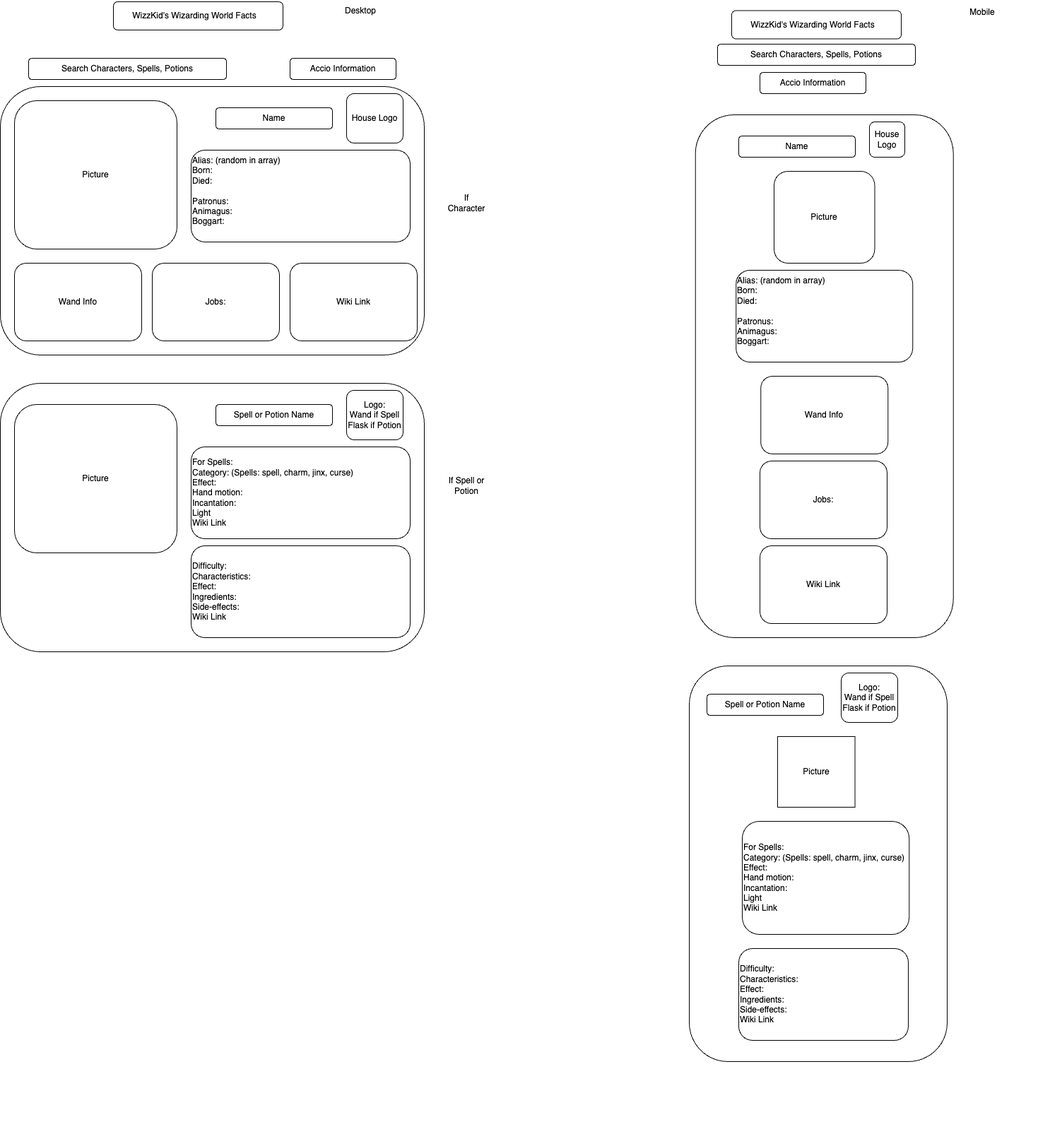
camdelay16/project1_recipe_book keeps this draw.io diagram as Wizarding World.drawio.png. Above is the earlier version. Source tidied: cells renumbered, new cells last; positions are measured from the earlier drawing's top-left corner, leaving out a move shared by most shapes.
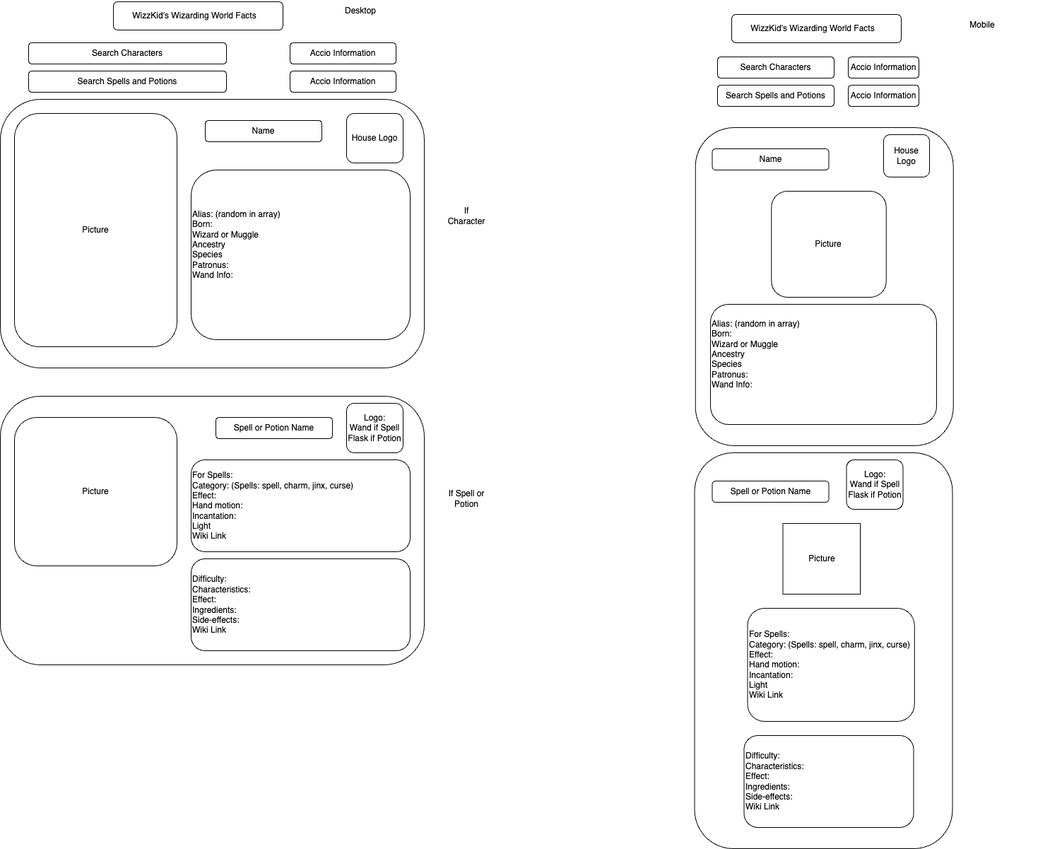
After the commit.

Diff of the diagram source:
```diff
@@ -2,16 +2,13 @@
   <root>
     <mxCell id="0" />
     <mxCell id="1" parent="0" />
-    <mxCell id="2" style="rounded=1;whiteSpace=wrap;html=1;" parent="1" vertex="1">
-      <mxGeometry x="975" y="942" width="365" height="560" as="geometry" />
-    </mxCell>
     <mxCell id="3" style="rounded=1;whiteSpace=wrap;html=1;" parent="1" vertex="1">
-      <mxGeometry x="160" y="2" width="240" height="40" as="geometry" />
+      <mxGeometry x="160" y="-16" width="240" height="40" as="geometry" />
     </mxCell>
     <mxCell id="4" value="WizzKid's Wizarding World Facts" style="text;html=1;align=center;verticalAlign=middle;whiteSpace=wrap;rounded=0;" parent="1" vertex="1">
-      <mxGeometry x="170" y="14.5" width="210" height="15" as="geometry" />
+      <mxGeometry x="170" y="-3.5" width="210" height="15" as="geometry" />
     </mxCell>
-    <mxCell id="5" value="Search Characters, Spells, Potions" style="rounded=1;whiteSpace=wrap;html=1;" parent="1" vertex="1">
+    <mxCell id="5" value="Search Spells and Potions" style="rounded=1;whiteSpace=wrap;html=1;" parent="1" vertex="1">
       <mxGeometry x="40" y="82" width="280" height="30" as="geometry" />
     </mxCell>
     <mxCell id="6" value="Accio Information" style="rounded=1;whiteSpace=wrap;html=1;" parent="1" vertex="1">
@@ -27,26 +24,17 @@
       <mxGeometry width="600" height="380" as="geometry" />
     </mxCell>
     <mxCell id="10" value="Picture" style="rounded=1;whiteSpace=wrap;html=1;" parent="8" vertex="1">
-      <mxGeometry x="20" y="20" width="230" height="210" as="geometry" />
+      <mxGeometry x="20" y="20" width="230" height="330" as="geometry" />
     </mxCell>
     <mxCell id="11" value="Name" style="rounded=1;whiteSpace=wrap;html=1;" parent="8" vertex="1">
-      <mxGeometry x="305" y="30" width="165" height="30" as="geometry" />
+      <mxGeometry x="290" y="30" width="165" height="30" as="geometry" />
     </mxCell>
-    <mxCell id="12" value="Alias: (random in array)&lt;div&gt;Born:&lt;/div&gt;&lt;div&gt;Died:&lt;/div&gt;&lt;div&gt;&lt;br&gt;&lt;/div&gt;&lt;div&gt;Patronus:&lt;/div&gt;&lt;div&gt;Animagus:&lt;/div&gt;&lt;div&gt;Boggart:&lt;/div&gt;&lt;div&gt;&lt;br&gt;&lt;/div&gt;" style="rounded=1;whiteSpace=wrap;html=1;align=left;" parent="8" vertex="1">
-      <mxGeometry x="270" y="90" width="310" height="130" as="geometry" />
+    <mxCell id="12" value="Alias: (random in array)&lt;div&gt;Born:&lt;/div&gt;&lt;div&gt;Wizard or Muggle&lt;/div&gt;&lt;div&gt;Ancestry&lt;/div&gt;&lt;div&gt;Species&lt;/div&gt;&lt;div&gt;Patronus:&lt;/div&gt;&lt;div&gt;Wand Info:&lt;/div&gt;&lt;div&gt;&lt;br&gt;&lt;/div&gt;&lt;div&gt;&lt;br&gt;&lt;/div&gt;" style="rounded=1;whiteSpace=wrap;html=1;align=left;" parent="8" vertex="1">
+      <mxGeometry x="270" y="100" width="310" height="240" as="geometry" />
     </mxCell>
     <mxCell id="13" value="House Logo" style="rounded=1;whiteSpace=wrap;html=1;" parent="8" vertex="1">
-      <mxGeometry x="490" y="10" width="80" height="70" as="geometry" />
+      <mxGeometry x="490" y="20" width="80" height="70" as="geometry" />
     </mxCell>
-    <mxCell id="14" value="Wand Info" style="rounded=1;whiteSpace=wrap;html=1;" parent="8" vertex="1">
-      <mxGeometry x="20" y="250" width="180" height="110" as="geometry" />
-    </mxCell>
-    <mxCell id="15" value="Jobs:" style="rounded=1;whiteSpace=wrap;html=1;" parent="8" vertex="1">
-      <mxGeometry x="215" y="250" width="180" height="110" as="geometry" />
-    </mxCell>
-    <mxCell id="16" value="Wiki Link" style="rounded=1;whiteSpace=wrap;html=1;" parent="8" vertex="1">
-      <mxGeometry x="410" y="250" width="180" height="110" as="geometry" />
-    </mxCell>
     <mxCell id="17" style="group;" parent="1" vertex="1">
       <mxGeometry y="542" width="600" height="380" as="geometry" />
     </mxCell>
@@ -68,71 +56,74 @@
     <mxCell id="23" value="&lt;div&gt;Difficulty:&lt;/div&gt;&lt;div&gt;Characteristics:&lt;/div&gt;&lt;div&gt;Effect:&lt;/div&gt;&lt;div&gt;&lt;span style=&quot;background-color: initial;&quot;&gt;Ingredients:&lt;/span&gt;&lt;br&gt;&lt;/div&gt;&lt;div&gt;&lt;span style=&quot;text-align: center;&quot;&gt;Side-effects:&lt;/span&gt;&lt;/div&gt;&lt;div&gt;&lt;span style=&quot;text-align: center;&quot;&gt;Wiki Link&lt;/span&gt;&lt;br&gt;&lt;/div&gt;" style="rounded=1;whiteSpace=wrap;html=1;align=left;" parent="17" vertex="1">
       <mxGeometry x="270" y="230" width="310" height="130" as="geometry" />
     </mxCell>
-    <mxCell id="24" value="Search Characters, Spells, Potions" style="rounded=1;whiteSpace=wrap;html=1;" parent="1" vertex="1">
-      <mxGeometry x="1015" y="62" width="280" height="30" as="geometry" />
+    <mxCell id="24" value="Search Characters" style="rounded=1;whiteSpace=wrap;html=1;" parent="1" vertex="1">
+      <mxGeometry x="1015" y="62" width="165" height="30" as="geometry" />
     </mxCell>
     <mxCell id="25" value="Accio Information" style="rounded=1;whiteSpace=wrap;html=1;" parent="1" vertex="1">
-      <mxGeometry x="1075" y="102" width="150" height="30" as="geometry" />
+      <mxGeometry x="1200" y="62" width="100" height="30" as="geometry" />
     </mxCell>
     <mxCell id="26" style="group;" parent="1" vertex="1">
-      <mxGeometry x="885" y="292" width="600" height="610" as="geometry" />
+      <mxGeometry x="885" y="292" width="600" height="890" as="geometry" />
     </mxCell>
     <mxCell id="27" style="rounded=1;whiteSpace=wrap;html=1;" parent="26" vertex="1">
-      <mxGeometry x="98.7" y="-130" width="365" height="740" as="geometry" />
+      <mxGeometry x="98.7" y="-130" width="365" height="450" as="geometry" />
     </mxCell>
-    <mxCell id="28" value="Picture" style="rounded=1;whiteSpace=wrap;html=1;" parent="26" vertex="1">
-      <mxGeometry x="210" y="-50" width="142.4" height="130" as="geometry" />
-    </mxCell>
-    <mxCell id="29" value="Alias: (random in array)&lt;div&gt;Born:&lt;/div&gt;&lt;div&gt;Died:&lt;/div&gt;&lt;div&gt;&lt;br&gt;&lt;/div&gt;&lt;div&gt;Patronus:&lt;/div&gt;&lt;div&gt;Animagus:&lt;/div&gt;&lt;div&gt;Boggart:&lt;/div&gt;&lt;div&gt;&lt;br&gt;&lt;/div&gt;" style="rounded=1;whiteSpace=wrap;html=1;align=left;" parent="26" vertex="1">
-      <mxGeometry x="156.2" y="90" width="250" height="130" as="geometry" />
+    <mxCell id="29" value="&lt;div&gt;Alias: (random in array)&lt;div&gt;Born:&lt;/div&gt;&lt;div&gt;Wizard or Muggle&lt;/div&gt;&lt;div&gt;Ancestry&lt;/div&gt;&lt;div&gt;Species&lt;/div&gt;&lt;div&gt;Patronus:&lt;/div&gt;&lt;div&gt;Wand Info:&lt;/div&gt;&lt;div&gt;&lt;br&gt;&lt;/div&gt;&lt;div&gt;&lt;br&gt;&lt;/div&gt;&lt;/div&gt;" style="rounded=1;whiteSpace=wrap;html=1;align=left;" parent="26" vertex="1">
+      <mxGeometry x="120" y="120" width="320" height="170" as="geometry" />
     </mxCell>
-    <mxCell id="30" value="Wand Info" style="rounded=1;whiteSpace=wrap;html=1;" parent="26" vertex="1">
-      <mxGeometry x="191.2" y="240" width="180" height="110" as="geometry" />
-    </mxCell>
-    <mxCell id="31" value="Desktop" style="text;html=1;align=center;verticalAlign=middle;whiteSpace=wrap;rounded=0;" parent="1" vertex="1">
-      <mxGeometry x="480" width="60" height="30" as="geometry" />
-    </mxCell>
-    <mxCell id="32" style="rounded=1;whiteSpace=wrap;html=1;" parent="1" vertex="1">
-      <mxGeometry x="1035" y="14.5" width="240" height="40" as="geometry" />
-    </mxCell>
-    <mxCell id="33" value="WizzKid's Wizarding World Facts" style="text;html=1;align=center;verticalAlign=middle;whiteSpace=wrap;rounded=0;" parent="1" vertex="1">
-      <mxGeometry x="1045" y="27" width="210" height="15" as="geometry" />
-    </mxCell>
-    <mxCell id="34" value="Name" style="rounded=1;whiteSpace=wrap;html=1;" parent="1" vertex="1">
-      <mxGeometry x="1045" y="192" width="165" height="30" as="geometry" />
-    </mxCell>
-    <mxCell id="35" value="House Logo" style="rounded=1;whiteSpace=wrap;html=1;" parent="1" vertex="1">
-      <mxGeometry x="1230" y="172" width="50" height="50" as="geometry" />
-    </mxCell>
-    <mxCell id="36" value="Jobs:" style="rounded=1;whiteSpace=wrap;html=1;" parent="1" vertex="1">
-      <mxGeometry x="1075" y="652" width="180" height="110" as="geometry" />
-    </mxCell>
-    <mxCell id="37" value="Wiki Link" style="rounded=1;whiteSpace=wrap;html=1;" parent="1" vertex="1">
-      <mxGeometry x="1075" y="772" width="180" height="110" as="geometry" />
-    </mxCell>
-    <mxCell id="38" style="group;" parent="1" vertex="1">
-      <mxGeometry x="855" y="1242" width="600" height="380" as="geometry" />
-    </mxCell>
+    <mxCell id="2" style="rounded=1;whiteSpace=wrap;html=1;" parent="26" vertex="1">
+      <mxGeometry x="97.5" y="330" width="365" height="560" as="geometry" />
+    </mxCell>
-    <mxCell id="39" value="&lt;div&gt;Difficulty:&lt;/div&gt;&lt;div&gt;Characteristics:&lt;/div&gt;&lt;div&gt;Effect:&lt;/div&gt;&lt;div&gt;&lt;span style=&quot;background-color: initial;&quot;&gt;Ingredients:&lt;/span&gt;&lt;br&gt;&lt;/div&gt;&lt;div&gt;&lt;span style=&quot;text-align: center;&quot;&gt;Side-effects:&lt;/span&gt;&lt;/div&gt;&lt;div&gt;&lt;span style=&quot;text-align: center;&quot;&gt;Wiki Link&lt;/span&gt;&lt;br&gt;&lt;/div&gt;" style="rounded=1;whiteSpace=wrap;html=1;align=left;" parent="38" vertex="1">
-      <mxGeometry x="190" y="100" width="240" height="130" as="geometry" />
+    <mxCell id="39" value="&lt;div&gt;Difficulty:&lt;/div&gt;&lt;div&gt;Characteristics:&lt;/div&gt;&lt;div&gt;Effect:&lt;/div&gt;&lt;div&gt;&lt;span style=&quot;background-color: initial;&quot;&gt;Ingredients:&lt;/span&gt;&lt;br&gt;&lt;/div&gt;&lt;div&gt;&lt;span style=&quot;text-align: center;&quot;&gt;Side-effects:&lt;/span&gt;&lt;/div&gt;&lt;div&gt;&lt;span style=&quot;text-align: center;&quot;&gt;Wiki Link&lt;/span&gt;&lt;br&gt;&lt;/div&gt;" style="rounded=1;whiteSpace=wrap;html=1;align=left;" parent="26" vertex="1">
+      <mxGeometry x="167.5" y="730" width="240" height="130" as="geometry" />
     </mxCell>
-    <mxCell id="40" value="Spell or Potion Name" style="rounded=1;whiteSpace=wrap;html=1;" parent="1" vertex="1">
-      <mxGeometry x="1000" y="982" width="165" height="30" as="geometry" />
+    <mxCell id="40" value="Spell or Potion Name" style="rounded=1;whiteSpace=wrap;html=1;" parent="26" vertex="1">
+      <mxGeometry x="122.5" y="370" width="165" height="30" as="geometry" />
     </mxCell>
-    <mxCell id="41" value="Logo:&lt;br&gt;Wand if Spell&lt;div&gt;Flask if Potion&lt;/div&gt;" style="rounded=1;whiteSpace=wrap;html=1;" parent="1" vertex="1">
-      <mxGeometry x="1190" y="952" width="80" height="70" as="geometry" />
+    <mxCell id="41" value="Logo:&lt;br&gt;Wand if Spell&lt;div&gt;Flask if Potion&lt;/div&gt;" style="rounded=1;whiteSpace=wrap;html=1;" parent="26" vertex="1">
+      <mxGeometry x="312.5" y="340" width="80" height="70" as="geometry" />
     </mxCell>
-    <mxCell id="42" value="Picture" style="rounded=1;whiteSpace=wrap;html=1;arcSize=0;" parent="1" vertex="1">
-      <mxGeometry x="1100" y="1042" width="109.5" height="100" as="geometry" />
+    <mxCell id="42" value="Picture" style="rounded=1;whiteSpace=wrap;html=1;arcSize=0;" parent="26" vertex="1">
+      <mxGeometry x="222.5" y="430" width="109.5" height="100" as="geometry" />
     </mxCell>
-    <mxCell id="43" value="&lt;div&gt;For Spells:&lt;/div&gt;&lt;div&gt;Category: (Spells: spell, charm, jinx, curse)&lt;/div&gt;&lt;div&gt;Effect:&lt;/div&gt;&lt;div&gt;Hand motion:&lt;/div&gt;&lt;div&gt;Incantation:&lt;/div&gt;&lt;div&gt;Light&lt;/div&gt;&lt;div&gt;&lt;span style=&quot;text-align: center;&quot;&gt;Wiki Link&lt;/span&gt;&lt;br&gt;&lt;/div&gt;" style="rounded=1;whiteSpace=wrap;html=1;align=left;" parent="1" vertex="1">
-      <mxGeometry x="1050" y="1162" width="236.2" height="160" as="geometry" />
+    <mxCell id="43" value="&lt;div&gt;For Spells:&lt;/div&gt;&lt;div&gt;Category: (Spells: spell, charm, jinx, curse)&lt;/div&gt;&lt;div&gt;Effect:&lt;/div&gt;&lt;div&gt;Hand motion:&lt;/div&gt;&lt;div&gt;Incantation:&lt;/div&gt;&lt;div&gt;Light&lt;/div&gt;&lt;div&gt;&lt;span style=&quot;text-align: center;&quot;&gt;Wiki Link&lt;/span&gt;&lt;br&gt;&lt;/div&gt;" style="rounded=1;whiteSpace=wrap;html=1;align=left;" parent="26" vertex="1">
+      <mxGeometry x="172.5" y="550" width="236.2" height="160" as="geometry" />
     </mxCell>
+    <mxCell id="28" value="Picture" style="rounded=1;whiteSpace=wrap;html=1;" parent="26" vertex="1">
+      <mxGeometry x="206.3" y="-40" width="162.4" height="150" as="geometry" />
+    </mxCell>
+    <mxCell id="34" value="Name" style="rounded=1;whiteSpace=wrap;html=1;" parent="26" vertex="1">
+      <mxGeometry x="122.5" y="-100" width="165" height="30" as="geometry" />
+    </mxCell>
+    <mxCell id="35" value="House Logo" style="rounded=1;whiteSpace=wrap;html=1;" parent="26" vertex="1">
+      <mxGeometry x="365" y="-120" width="65" height="60" as="geometry" />
+    </mxCell>
+    <mxCell id="31" value="Desktop" style="text;html=1;align=center;verticalAlign=middle;whiteSpace=wrap;rounded=0;" parent="1" vertex="1">
+      <mxGeometry x="480" y="-18" width="60" height="30" as="geometry" />
+    </mxCell>
+    <mxCell id="32" style="rounded=1;whiteSpace=wrap;html=1;" parent="1" vertex="1">
+      <mxGeometry x="1035" y="2" width="240" height="40" as="geometry" />
+    </mxCell>
+    <mxCell id="33" value="WizzKid's Wizarding World Facts" style="text;html=1;align=center;verticalAlign=middle;whiteSpace=wrap;rounded=0;" parent="1" vertex="1">
+      <mxGeometry x="1045" y="14.5" width="210" height="15" as="geometry" />
+    </mxCell>
     <mxCell id="44" value="Mobile" style="text;html=1;align=center;verticalAlign=middle;whiteSpace=wrap;rounded=0;" parent="1" vertex="1">
       <mxGeometry x="1360" y="2" width="60" height="30" as="geometry" />
     </mxCell>
     <mxCell id="45" value="If Spell or Potion" style="text;html=1;align=center;verticalAlign=middle;whiteSpace=wrap;rounded=0;" parent="1" vertex="1">
       <mxGeometry x="630" y="672" width="60" height="30" as="geometry" />
     </mxCell>
+    <mxCell id="46" value="Search Characters" style="rounded=1;whiteSpace=wrap;html=1;" parent="1" vertex="1">
+      <mxGeometry x="40" y="42" width="280" height="30" as="geometry" />
+    </mxCell>
+    <mxCell id="47" value="Accio Information" style="rounded=1;whiteSpace=wrap;html=1;" parent="1" vertex="1">
+      <mxGeometry x="410" y="42" width="150" height="30" as="geometry" />
+    </mxCell>
+    <mxCell id="48" value="Search Spells and Potions" style="rounded=1;whiteSpace=wrap;html=1;" parent="1" vertex="1">
+      <mxGeometry x="1015" y="102" width="165" height="30" as="geometry" />
+    </mxCell>
+    <mxCell id="49" value="Accio Information" style="rounded=1;whiteSpace=wrap;html=1;" parent="1" vertex="1">
+      <mxGeometry x="1200" y="102" width="100" height="30" as="geometry" />
+    </mxCell>
   </root>
 </mxGraphModel>
```
